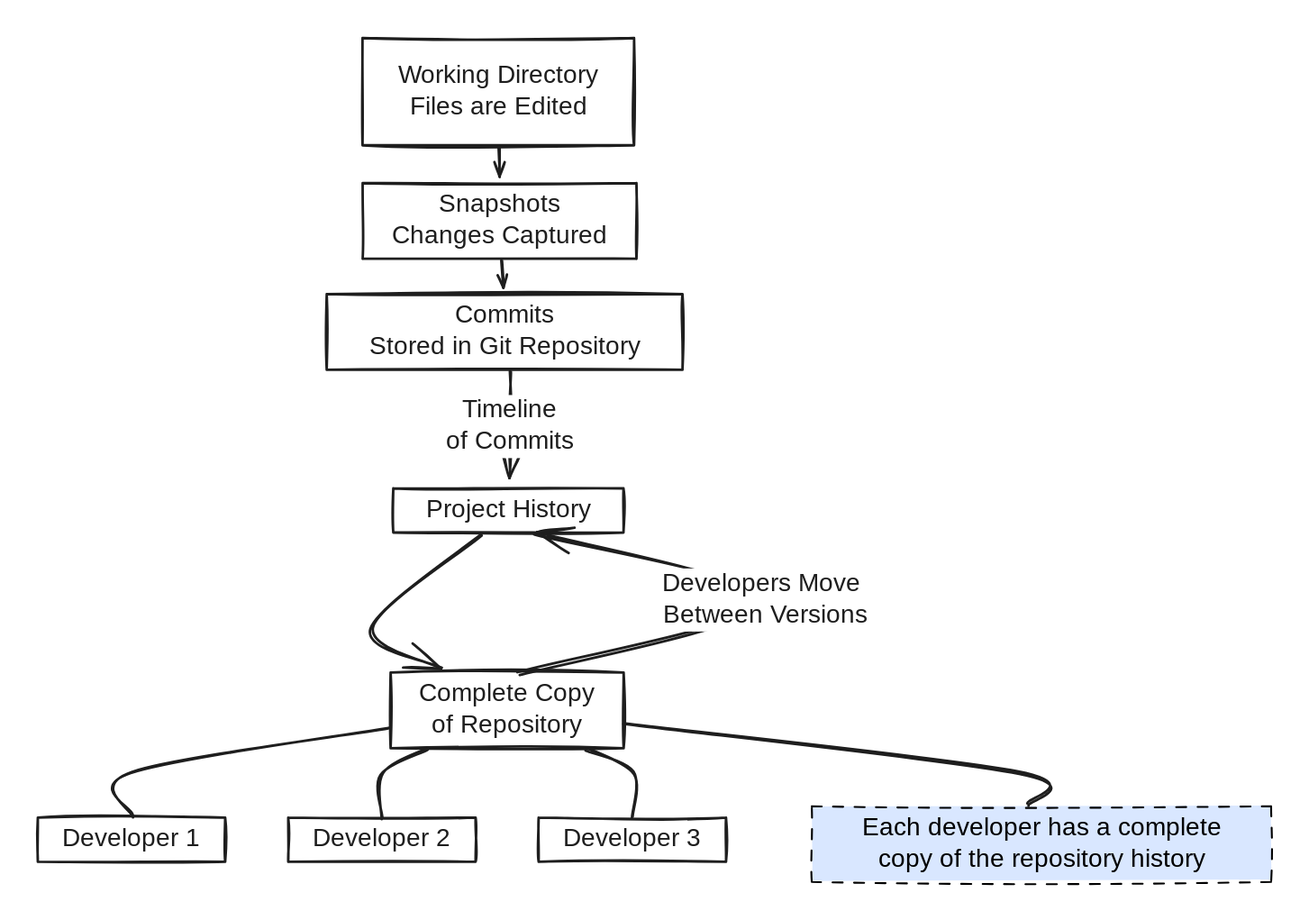
ITC-Frontend-Advanced/Git-GitHub-Documentation keeps this Excalidraw diagram as .gitbook/assets/file.excalidraw.svg. Above is the earlier version. Source tidied: one line per element, renumbered; positions are measured from the earlier drawing's top-left corner, leaving out a move shared by most shapes. The source it was exported from:
```json
{"id": 0, "type": "rectangle", "strokeColor": "#1e1e1e", "strokeWidth": 2, "roughness": 1, "x": 257, "y": 0, "width": 215, "height": 85}
{"id": 1, "type": "rectangle", "strokeColor": "#1e1e1e", "strokeWidth": 2, "roughness": 1, "x": 258, "y": 115, "width": 217, "height": 60}
{"id": 2, "type": "rectangle", "strokeColor": "#1e1e1e", "strokeWidth": 2, "roughness": 1, "x": 229, "y": 203, "width": 282, "height": 60}
{"id": 3, "type": "rectangle", "strokeColor": "#1e1e1e", "strokeWidth": 2, "roughness": 1, "x": 282, "y": 357, "width": 183, "height": 35}
{"id": 4, "type": "rectangle", "strokeColor": "#1e1e1e", "strokeWidth": 2, "roughness": 1, "x": 280, "y": 503, "width": 185, "height": 60}
{"id": 5, "type": "rectangle", "strokeColor": "#1e1e1e", "strokeWidth": 2, "roughness": 1, "x": 0, "y": 618, "width": 149, "height": 35}
{"id": 6, "type": "rectangle", "strokeColor": "#1e1e1e", "strokeWidth": 2, "roughness": 1, "x": 199, "y": 618, "width": 149, "height": 35}
{"id": 7, "type": "rectangle", "strokeColor": "#1e1e1e", "strokeWidth": 2, "roughness": 1, "x": 397, "y": 618, "width": 149, "height": 35}
{"id": 8, "type": "rectangle", "strokeColor": "#000000", "backgroundColor": "#d9e7ff", "fillStyle": "solid", "strokeWidth": 1, "strokeStyle": "dashed", "roughness": 1, "x": 614, "y": 609, "width": 364, "height": 60}
{"id": 9, "type": "arrow", "strokeColor": "#1e1e1e", "strokeWidth": 2, "roughness": 1, "endArrowhead": "arrow", "round": true, "from": 0, "to": 1, "x": 366, "y": 86, "width": 0, "height": 24, "points": [[0, 0], [0, 24]]}
{"id": 10, "type": "arrow", "strokeColor": "#1e1e1e", "strokeWidth": 2, "roughness": 1, "endArrowhead": "arrow", "round": true, "from": 1, "to": 2, "x": 368, "y": 176, "width": 1, "height": 22, "points": [[0, 0], [1, 22]]}
{"id": 11, "type": "arrow", "strokeColor": "#1e1e1e", "strokeWidth": 2, "roughness": 1, "endArrowhead": "arrow", "round": true, "from": 2, "to": 3, "x": 374, "y": 264, "width": 0, "height": 84, "points": [[0, 0], [0, 44], [0, 84]]}
{"id": 12, "type": "arrow", "strokeColor": "#1e1e1e", "strokeWidth": 2, "roughness": 1, "endArrowhead": "arrow", "round": true, "from": 3, "to": 4, "x": 352, "y": 393, "width": 87, "height": 107, "points": [[0, 0], [-87, 75], [-31, 107]]}
{"id": 13, "type": "arrow", "strokeColor": "#1e1e1e", "strokeWidth": 2, "roughness": 1, "endArrowhead": "arrow", "round": true, "to": 3, "x": 381, "y": 503, "width": 196, "height": 111, "points": [[0, 0], [196, -58], [14, -111]]}
{"id": 14, "type": "arrow", "strokeColor": "#1e1e1e", "strokeWidth": 2, "roughness": 1, "round": true, "from": 4, "to": 5, "x": 279, "y": 547, "width": 204, "height": 71, "points": [[0, 0], [-204, 36], [-204, 71]]}
{"id": 15, "type": "arrow", "strokeColor": "#1e1e1e", "strokeWidth": 2, "roughness": 1, "round": true, "from": 4, "to": 6, "x": 309, "y": 564, "width": 36, "height": 54, "points": [[0, 0], [-36, 19], [-36, 54]]}
{"id": 16, "type": "arrow", "strokeColor": "#1e1e1e", "strokeWidth": 2, "roughness": 1, "round": true, "from": 4, "to": 7, "x": 435, "y": 564, "width": 36, "height": 54, "points": [[0, 0], [36, 19], [36, 54]]}
{"id": 17, "type": "arrow", "strokeColor": "#1e1e1e", "strokeWidth": 2, "roughness": 1, "round": true, "from": 4, "to": 8, "x": 466, "y": 543, "width": 320, "height": 65, "points": [[0, 0], [312, 40], [320, 65]]}
{"id": 18, "type": "text", "text": "Working Directory\nFiles are Edited", "strokeColor": "#1e1e1e", "strokeWidth": 2, "roughness": 1, "fontSize": 20, "fontFamily": 1, "textAlign": "center", "verticalAlign": "middle", "inside": 0, "x": 281, "y": 18, "width": 168, "height": 50}
{"id": 19, "type": "text", "text": "Snapshots\nChanges Captured", "strokeColor": "#1e1e1e", "strokeWidth": 2, "roughness": 1, "fontSize": 20, "fontFamily": 1, "textAlign": "center", "verticalAlign": "middle", "inside": 1, "x": 278, "y": 120, "width": 177, "height": 50}
{"id": 20, "type": "text", "text": "Commits\nStored in Git Repository", "strokeColor": "#1e1e1e", "strokeWidth": 2, "roughness": 1, "fontSize": 20, "fontFamily": 1, "textAlign": "center", "verticalAlign": "middle", "inside": 2, "x": 249, "y": 208, "width": 242, "height": 50}
{"id": 21, "type": "text", "text": "Project History", "strokeColor": "#1e1e1e", "strokeWidth": 2, "roughness": 1, "fontSize": 20, "fontFamily": 1, "textAlign": "center", "verticalAlign": "middle", "inside": 3, "x": 308, "y": 362, "width": 130, "height": 25}
{"id": 22, "type": "text", "text": "Complete Copy\nof Repository", "strokeColor": "#1e1e1e", "strokeWidth": 2, "roughness": 1, "fontSize": 20, "fontFamily": 1, "textAlign": "center", "verticalAlign": "middle", "inside": 4, "x": 303, "y": 508, "width": 138, "height": 50}
{"id": 23, "type": "text", "text": "Developer 1", "strokeColor": "#1e1e1e", "strokeWidth": 2, "roughness": 1, "fontSize": 20, "fontFamily": 1, "textAlign": "center", "verticalAlign": "middle", "inside": 5, "x": 21, "y": 623, "width": 106, "height": 25}
{"id": 24, "type": "text", "text": "Developer 2", "strokeColor": "#1e1e1e", "strokeWidth": 2, "roughness": 1, "fontSize": 20, "fontFamily": 1, "textAlign": "center", "verticalAlign": "middle", "inside": 6, "x": 220, "y": 623, "width": 106, "height": 25}
{"id": 25, "type": "text", "text": "Developer 3", "strokeColor": "#1e1e1e", "strokeWidth": 2, "roughness": 1, "fontSize": 20, "fontFamily": 1, "textAlign": "center", "verticalAlign": "middle", "inside": 7, "x": 418, "y": 623, "width": 106, "height": 25}
{"id": 26, "type": "text", "text": "Each developer has a complete\ncopy of the repository history", "strokeColor": "#000000", "strokeWidth": 2, "roughness": 1, "fontSize": 20, "fontFamily": 1, "textAlign": "center", "verticalAlign": "middle", "inside": 8, "x": 643, "y": 614, "width": 306, "height": 50}
{"id": 27, "type": "text", "text": "Timeline\nof Commits", "strokeColor": "#1e1e1e", "strokeWidth": 2, "roughness": 1, "fontSize": 20, "fontFamily": 1, "textAlign": "center", "verticalAlign": "middle", "inside": 11, "x": 319, "y": 328, "width": 107, "height": 50}
{"id": 28, "type": "text", "text": "Developers Move \nBetween Versions", "strokeColor": "#1e1e1e", "strokeWidth": 2, "roughness": 1, "fontSize": 20, "fontFamily": 1, "textAlign": "center", "verticalAlign": "middle", "inside": 13, "x": 400, "y": 443, "width": 172, "height": 50}
```
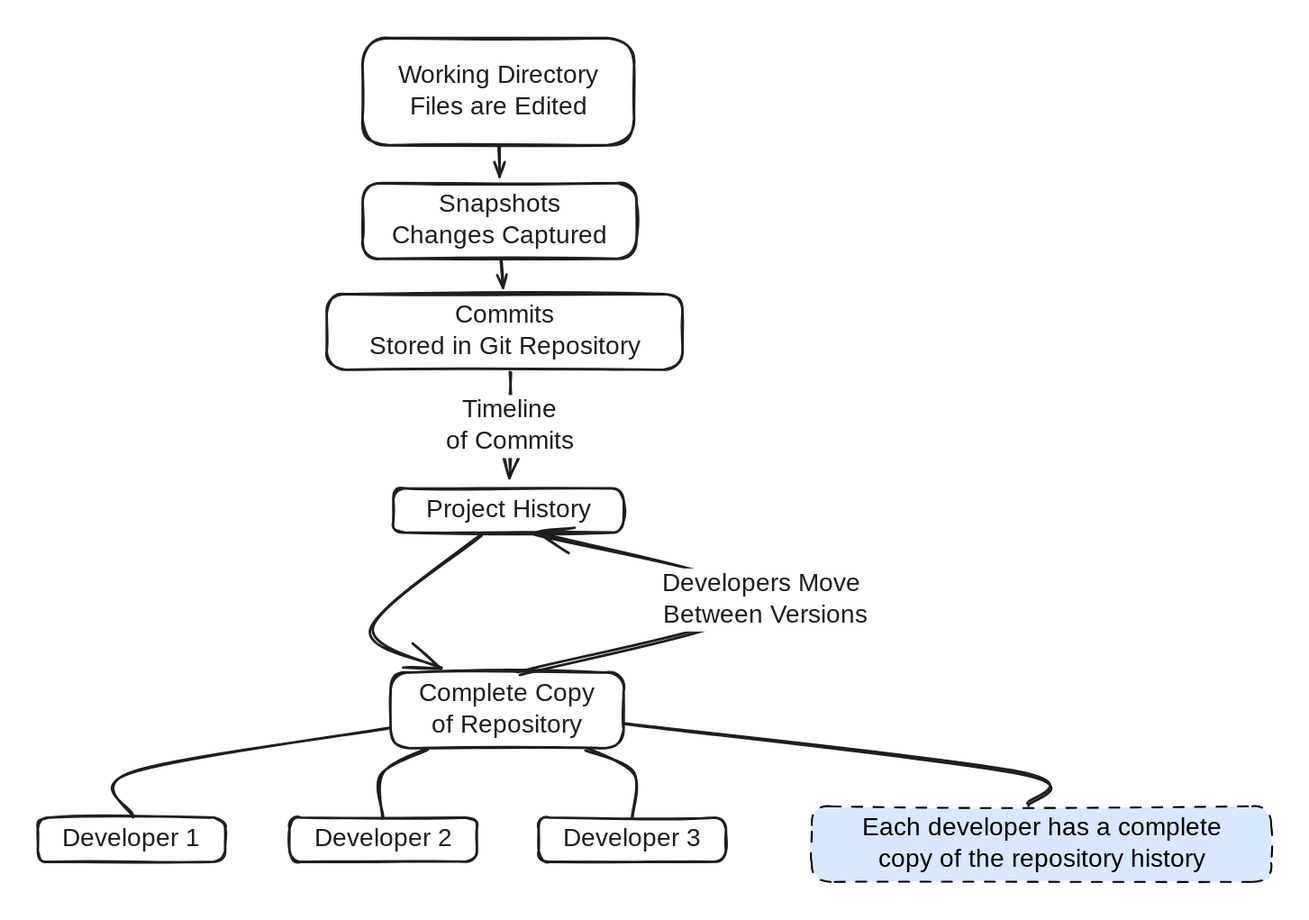
Later version of the same file.

Diff of the diagram source:
```diff
@@ -1,19 +1,19 @@
-{"id": 0, "type": "rectangle", "strokeColor": "#1e1e1e", "strokeWidth": 2, "roughness": 1, "x": 257, "y": 0, "width": 215, "height": 85}
+{"id": 0, "type": "rectangle", "strokeColor": "#1e1e1e", "strokeWidth": 2, "roughness": 1, "round": true, "x": 257, "y": 0, "width": 215, "height": 85}
-{"id": 1, "type": "rectangle", "strokeColor": "#1e1e1e", "strokeWidth": 2, "roughness": 1, "x": 258, "y": 115, "width": 217, "height": 60}
+{"id": 1, "type": "rectangle", "strokeColor": "#1e1e1e", "strokeWidth": 2, "roughness": 1, "round": true, "x": 258, "y": 115, "width": 217, "height": 60}
-{"id": 2, "type": "rectangle", "strokeColor": "#1e1e1e", "strokeWidth": 2, "roughness": 1, "x": 229, "y": 203, "width": 282, "height": 60}
+{"id": 2, "type": "rectangle", "strokeColor": "#1e1e1e", "strokeWidth": 2, "roughness": 1, "round": true, "x": 229, "y": 203, "width": 282, "height": 60}
-{"id": 3, "type": "rectangle", "strokeColor": "#1e1e1e", "strokeWidth": 2, "roughness": 1, "x": 282, "y": 357, "width": 183, "height": 35}
+{"id": 3, "type": "rectangle", "strokeColor": "#1e1e1e", "strokeWidth": 2, "roughness": 1, "round": true, "x": 282, "y": 357, "width": 183, "height": 35}
-{"id": 4, "type": "rectangle", "strokeColor": "#1e1e1e", "strokeWidth": 2, "roughness": 1, "x": 280, "y": 503, "width": 185, "height": 60}
+{"id": 4, "type": "rectangle", "strokeColor": "#1e1e1e", "strokeWidth": 2, "roughness": 1, "round": true, "x": 280, "y": 503, "width": 185, "height": 60}
-{"id": 5, "type": "rectangle", "strokeColor": "#1e1e1e", "strokeWidth": 2, "roughness": 1, "x": 0, "y": 618, "width": 149, "height": 35}
+{"id": 5, "type": "rectangle", "strokeColor": "#1e1e1e", "strokeWidth": 2, "roughness": 1, "round": true, "x": 0, "y": 618, "width": 149, "height": 35}
-{"id": 6, "type": "rectangle", "strokeColor": "#1e1e1e", "strokeWidth": 2, "roughness": 1, "x": 199, "y": 618, "width": 149, "height": 35}
+{"id": 6, "type": "rectangle", "strokeColor": "#1e1e1e", "strokeWidth": 2, "roughness": 1, "round": true, "x": 200, "y": 618, "width": 149, "height": 35}
-{"id": 7, "type": "rectangle", "strokeColor": "#1e1e1e", "strokeWidth": 2, "roughness": 1, "x": 397, "y": 618, "width": 149, "height": 35}
+{"id": 7, "type": "rectangle", "strokeColor": "#1e1e1e", "strokeWidth": 2, "roughness": 1, "round": true, "x": 397, "y": 618, "width": 149, "height": 35}
-{"id": 8, "type": "rectangle", "strokeColor": "#000000", "backgroundColor": "#d9e7ff", "fillStyle": "solid", "strokeWidth": 1, "strokeStyle": "dashed", "roughness": 1, "x": 614, "y": 609, "width": 364, "height": 60}
+{"id": 8, "type": "rectangle", "strokeColor": "#000000", "backgroundColor": "#d9e7ff", "fillStyle": "solid", "strokeWidth": 1, "strokeStyle": "dashed", "roughness": 1, "round": true, "x": 614, "y": 609, "width": 364, "height": 60}
 {"id": 9, "type": "arrow", "strokeColor": "#1e1e1e", "strokeWidth": 2, "roughness": 1, "endArrowhead": "arrow", "round": true, "from": 0, "to": 1, "x": 366, "y": 86, "width": 0, "height": 24, "points": [[0, 0], [0, 24]]}
 {"id": 10, "type": "arrow", "strokeColor": "#1e1e1e", "strokeWidth": 2, "roughness": 1, "endArrowhead": "arrow", "round": true, "from": 1, "to": 2, "x": 368, "y": 176, "width": 1, "height": 22, "points": [[0, 0], [1, 22]]}
-{"id": 11, "type": "arrow", "strokeColor": "#1e1e1e", "strokeWidth": 2, "roughness": 1, "endArrowhead": "arrow", "round": true, "from": 2, "to": 3, "x": 374, "y": 264, "width": 0, "height": 84, "points": [[0, 0], [0, 44], [0, 84]]}
+{"id": 11, "type": "arrow", "strokeColor": "#1e1e1e", "strokeWidth": 2, "roughness": 1, "endArrowhead": "arrow", "round": true, "from": 2, "to": 3, "x": 374, "y": 264, "width": 0, "height": 83, "points": [[0, 0], [0, 44], [0, 83]]}
 {"id": 12, "type": "arrow", "strokeColor": "#1e1e1e", "strokeWidth": 2, "roughness": 1, "endArrowhead": "arrow", "round": true, "from": 3, "to": 4, "x": 352, "y": 393, "width": 87, "height": 107, "points": [[0, 0], [-87, 75], [-31, 107]]}
 {"id": 13, "type": "arrow", "strokeColor": "#1e1e1e", "strokeWidth": 2, "roughness": 1, "endArrowhead": "arrow", "round": true, "to": 3, "x": 381, "y": 503, "width": 196, "height": 111, "points": [[0, 0], [196, -58], [14, -111]]}
 {"id": 14, "type": "arrow", "strokeColor": "#1e1e1e", "strokeWidth": 2, "roughness": 1, "round": true, "from": 4, "to": 5, "x": 279, "y": 547, "width": 204, "height": 71, "points": [[0, 0], [-204, 36], [-204, 71]]}
-{"id": 15, "type": "arrow", "strokeColor": "#1e1e1e", "strokeWidth": 2, "roughness": 1, "round": true, "from": 4, "to": 6, "x": 309, "y": 564, "width": 36, "height": 54, "points": [[0, 0], [-36, 19], [-36, 54]]}
+{"id": 15, "type": "arrow", "strokeColor": "#1e1e1e", "strokeWidth": 2, "roughness": 1, "round": true, "from": 4, "to": 6, "x": 309, "y": 564, "width": 36, "height": 53, "points": [[0, 0], [-36, 19], [-35, 53]]}
 {"id": 16, "type": "arrow", "strokeColor": "#1e1e1e", "strokeWidth": 2, "roughness": 1, "round": true, "from": 4, "to": 7, "x": 435, "y": 564, "width": 36, "height": 54, "points": [[0, 0], [36, 19], [36, 54]]}
 {"id": 17, "type": "arrow", "strokeColor": "#1e1e1e", "strokeWidth": 2, "roughness": 1, "round": true, "from": 4, "to": 8, "x": 466, "y": 543, "width": 320, "height": 65, "points": [[0, 0], [312, 40], [320, 65]]}
 {"id": 18, "type": "text", "text": "Working Directory\nFiles are Edited", "strokeColor": "#1e1e1e", "strokeWidth": 2, "roughness": 1, "fontSize": 20, "fontFamily": 1, "textAlign": "center", "verticalAlign": "middle", "inside": 0, "x": 281, "y": 18, "width": 168, "height": 50}
@@ -22,7 +22,7 @@
 {"id": 21, "type": "text", "text": "Project History", "strokeColor": "#1e1e1e", "strokeWidth": 2, "roughness": 1, "fontSize": 20, "fontFamily": 1, "textAlign": "center", "verticalAlign": "middle", "inside": 3, "x": 308, "y": 362, "width": 130, "height": 25}
 {"id": 22, "type": "text", "text": "Complete Copy\nof Repository", "strokeColor": "#1e1e1e", "strokeWidth": 2, "roughness": 1, "fontSize": 20, "fontFamily": 1, "textAlign": "center", "verticalAlign": "middle", "inside": 4, "x": 303, "y": 508, "width": 138, "height": 50}
 {"id": 23, "type": "text", "text": "Developer 1", "strokeColor": "#1e1e1e", "strokeWidth": 2, "roughness": 1, "fontSize": 20, "fontFamily": 1, "textAlign": "center", "verticalAlign": "middle", "inside": 5, "x": 21, "y": 623, "width": 106, "height": 25}
-{"id": 24, "type": "text", "text": "Developer 2", "strokeColor": "#1e1e1e", "strokeWidth": 2, "roughness": 1, "fontSize": 20, "fontFamily": 1, "textAlign": "center", "verticalAlign": "middle", "inside": 6, "x": 220, "y": 623, "width": 106, "height": 25}
+{"id": 24, "type": "text", "text": "Developer 2", "strokeColor": "#1e1e1e", "strokeWidth": 2, "roughness": 1, "fontSize": 20, "fontFamily": 1, "textAlign": "center", "verticalAlign": "middle", "inside": 6, "x": 221, "y": 623, "width": 106, "height": 25}
 {"id": 25, "type": "text", "text": "Developer 3", "strokeColor": "#1e1e1e", "strokeWidth": 2, "roughness": 1, "fontSize": 20, "fontFamily": 1, "textAlign": "center", "verticalAlign": "middle", "inside": 7, "x": 418, "y": 623, "width": 106, "height": 25}
 {"id": 26, "type": "text", "text": "Each developer has a complete\ncopy of the repository history", "strokeColor": "#000000", "strokeWidth": 2, "roughness": 1, "fontSize": 20, "fontFamily": 1, "textAlign": "center", "verticalAlign": "middle", "inside": 8, "x": 643, "y": 614, "width": 306, "height": 50}
 {"id": 27, "type": "text", "text": "Timeline\nof Commits", "strokeColor": "#1e1e1e", "strokeWidth": 2, "roughness": 1, "fontSize": 20, "fontFamily": 1, "textAlign": "center", "verticalAlign": "middle", "inside": 11, "x": 319, "y": 328, "width": 107, "height": 50}
```
